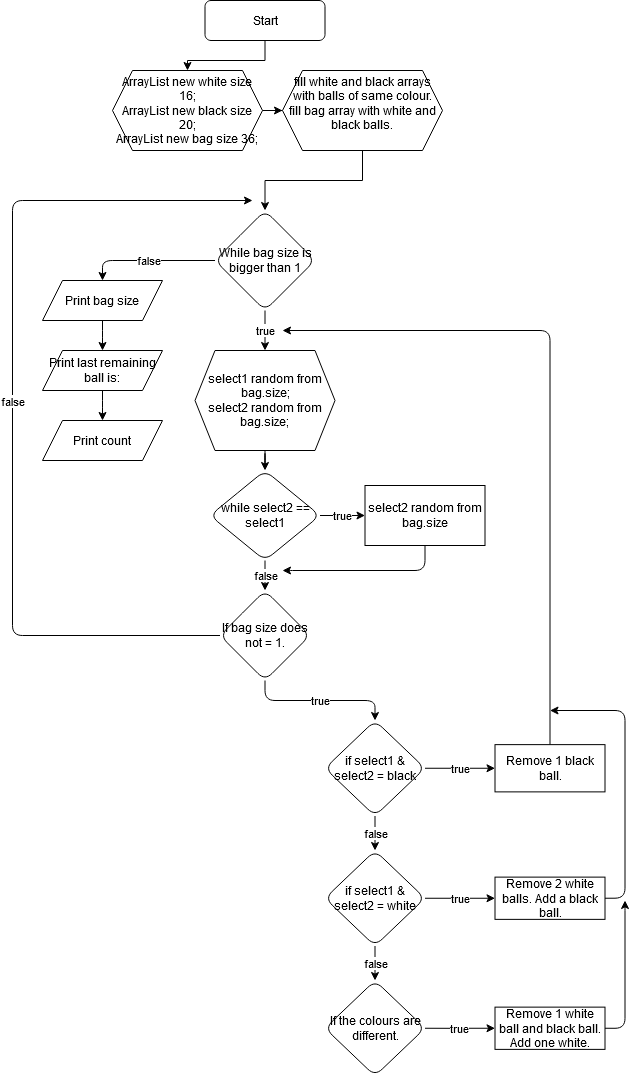
Before: Untitled Diagram.png, a diagram exported from draw.io (IgnasZyv/BallProject). Source tidied: cells renumbered, new cells last; positions are measured from the earlier drawing's top-left corner, leaving out a move shared by most shapes.
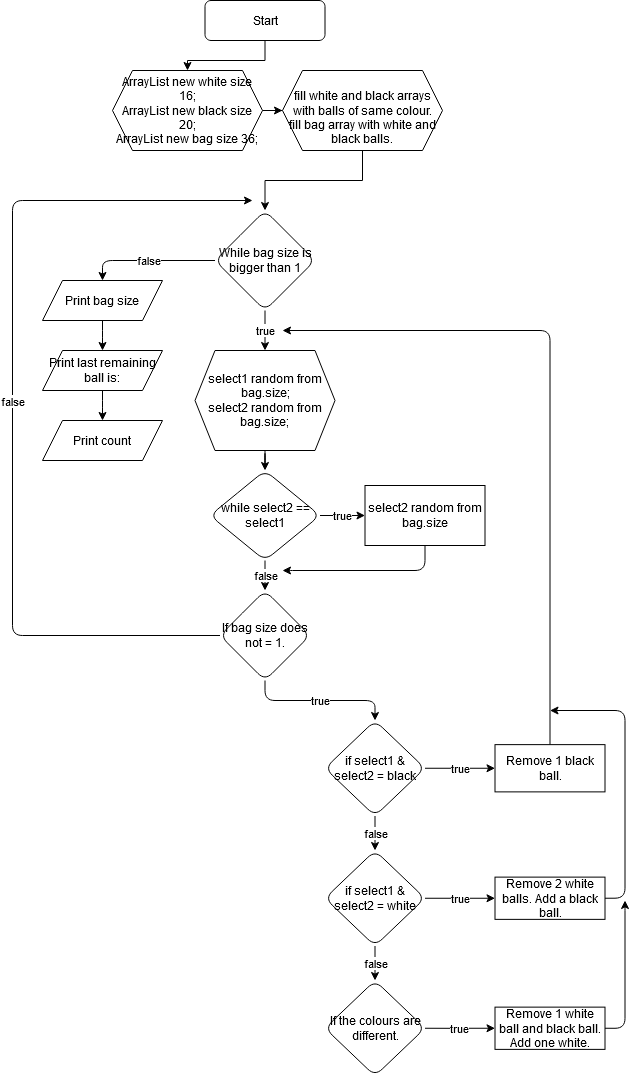
After the commit.

Change to the diagram source:
```diff
@@ -146,7 +146,7 @@
     <mxCell id="38" value="Print count" style="shape=parallelogram;perimeter=parallelogramPerimeter;whiteSpace=wrap;html=1;fixedSize=1;" parent="1" vertex="1">
       <mxGeometry x="30" y="420" width="120" height="40" as="geometry" />
     </mxCell>
-    <mxCell id="39" value="&#10;&lt;div&gt;fill white and black arrays with balls of same colour.&lt;/div&gt;&lt;div&gt;fill bag array with white and black balls.&lt;/div&gt;&#10;&#10;" style="shape=hexagon;perimeter=hexagonPerimeter2;whiteSpace=wrap;html=1;fixedSize=1;" parent="1" vertex="1">
+    <mxCell id="39" value="&lt;br&gt;&lt;div&gt;&lt;br&gt;&lt;/div&gt;&lt;div&gt;fill white and black arrays with balls of same colour.&lt;/div&gt;&lt;div&gt;fill bag array with white and black balls.&lt;/div&gt;&lt;br&gt;" style="shape=hexagon;perimeter=hexagonPerimeter2;whiteSpace=wrap;html=1;fixedSize=1;" parent="1" vertex="1">
       <mxGeometry x="270" y="70" width="160" height="80" as="geometry" />
     </mxCell>
   </root>
```
